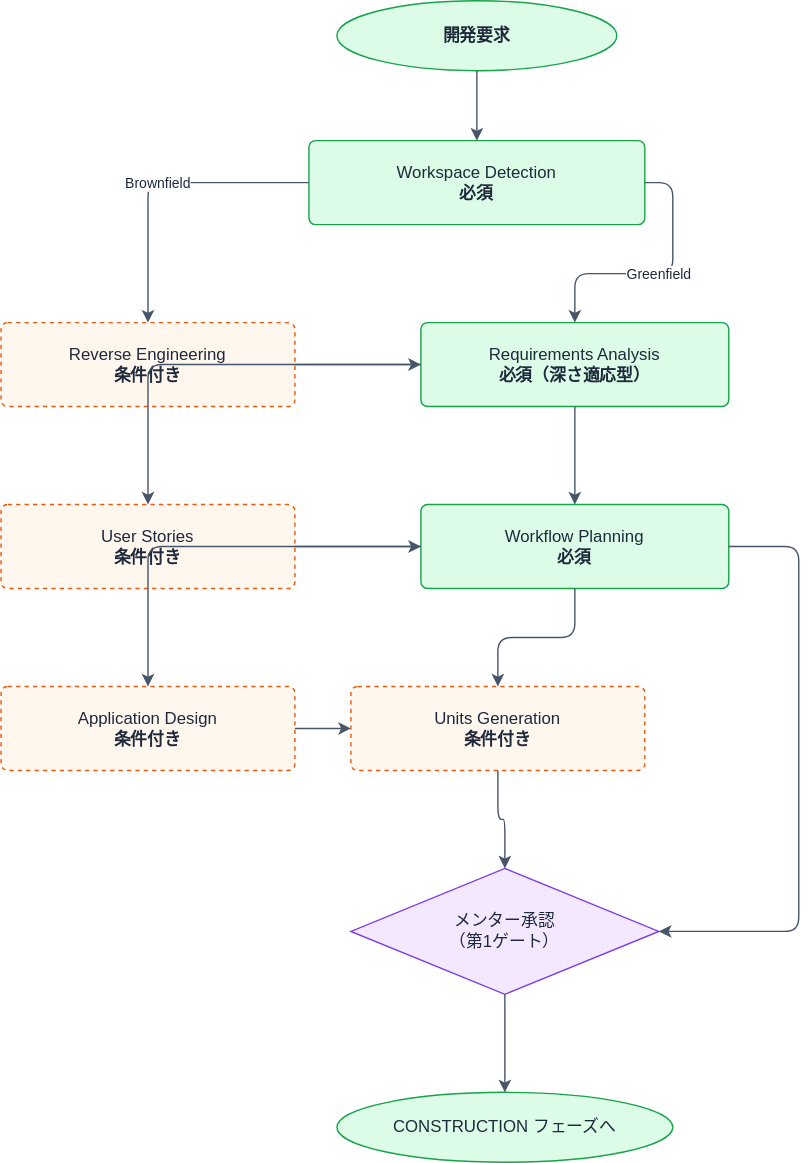
Before: Docs/diagrams/guide/dev-workflow-inception.drawio.svg, a diagram exported from draw.io (CHS-Training-Org/ai_training_for_chuo_system). Source tidied: cells renumbered, new cells last; positions are measured from the earlier drawing's top-left corner, leaving out a move shared by most shapes. The source it was exported from:
```xml
<mxGraphModel>
  <root>
    <mxCell id="0" />
    <mxCell id="1" parent="0" />
    <mxCell id="2" value="開発要求" style="ellipse;whiteSpace=wrap;html=1;fillColor=#DCFCE7;strokeColor=#16A34A;fontColor=#1E293B;fontStyle=1;" parent="1" vertex="1">
      <mxGeometry x="240" width="200" height="50" as="geometry" />
    </mxCell>
    <mxCell id="3" value="Workspace Detection&#10;&lt;b&gt;必須&lt;/b&gt;" style="rounded=1;whiteSpace=wrap;html=1;fillColor=#DCFCE7;strokeColor=#16A34A;fontColor=#1E293B;arcSize=8;" parent="1" vertex="1">
      <mxGeometry x="220" y="100" width="240" height="60" as="geometry" />
    </mxCell>
    <mxCell id="4" value="Reverse Engineering&#10;&lt;b&gt;条件付き&lt;/b&gt;" style="rounded=1;whiteSpace=wrap;html=1;fillColor=#FFF7ED;strokeColor=#EA580C;fontColor=#1E293B;arcSize=8;dashed=1;" parent="1" vertex="1">
      <mxGeometry y="230" width="210" height="60" as="geometry" />
    </mxCell>
    <mxCell id="5" value="Requirements Analysis&#10;&lt;b&gt;必須（深さ適応型）&lt;/b&gt;" style="rounded=1;whiteSpace=wrap;html=1;fillColor=#DCFCE7;strokeColor=#16A34A;fontColor=#1E293B;arcSize=8;" parent="1" vertex="1">
      <mxGeometry x="300" y="230" width="220" height="60" as="geometry" />
    </mxCell>
    <mxCell id="6" value="User Stories&#10;&lt;b&gt;条件付き&lt;/b&gt;" style="rounded=1;whiteSpace=wrap;html=1;fillColor=#FFF7ED;strokeColor=#EA580C;fontColor=#1E293B;arcSize=8;dashed=1;" parent="1" vertex="1">
      <mxGeometry y="360" width="210" height="60" as="geometry" />
    </mxCell>
    <mxCell id="7" value="Workflow Planning&#10;&lt;b&gt;必須&lt;/b&gt;" style="rounded=1;whiteSpace=wrap;html=1;fillColor=#DCFCE7;strokeColor=#16A34A;fontColor=#1E293B;arcSize=8;" parent="1" vertex="1">
      <mxGeometry x="300" y="360" width="220" height="60" as="geometry" />
    </mxCell>
    <mxCell id="8" value="Application Design&#10;&lt;b&gt;条件付き&lt;/b&gt;" style="rounded=1;whiteSpace=wrap;html=1;fillColor=#FFF7ED;strokeColor=#EA580C;fontColor=#1E293B;arcSize=8;dashed=1;" parent="1" vertex="1">
      <mxGeometry y="490" width="210" height="60" as="geometry" />
    </mxCell>
    <mxCell id="9" value="Units Generation&#10;&lt;b&gt;条件付き&lt;/b&gt;" style="rounded=1;whiteSpace=wrap;html=1;fillColor=#FFF7ED;strokeColor=#EA580C;fontColor=#1E293B;arcSize=8;dashed=1;" parent="1" vertex="1">
      <mxGeometry x="250" y="490" width="210" height="60" as="geometry" />
    </mxCell>
    <mxCell id="10" value="メンター承認&#10;（第1ゲート）" style="rhombus;whiteSpace=wrap;html=1;fillColor=#F3E8FF;strokeColor=#7C3AED;fontColor=#1E293B;" parent="1" vertex="1">
      <mxGeometry x="250" y="620" width="220" height="90" as="geometry" />
    </mxCell>
    <mxCell id="11" value="CONSTRUCTION フェーズへ" style="ellipse;whiteSpace=wrap;html=1;fillColor=#DCFCE7;strokeColor=#16A34A;fontColor=#1E293B;" parent="1" vertex="1">
      <mxGeometry x="240" y="780" width="240" height="50" as="geometry" />
    </mxCell>
    <mxCell id="12" style="edgeStyle=orthogonalEdgeStyle;rounded=1;jettySize=auto;html=1;strokeColor=#475569;" parent="1" edge="1" source="2" target="3">
      <mxGeometry relative="1" as="geometry" />
    </mxCell>
    <mxCell id="13" value="Brownfield" style="edgeStyle=orthogonalEdgeStyle;rounded=1;jettySize=auto;html=1;strokeColor=#475569;fontColor=#1E293B;fontSize=10;exitX=0;exitY=0.5;exitDx=0;exitDy=0;entryX=0.5;entryY=0;entryDx=0;entryDy=0;" parent="1" edge="1" source="3" target="4">
      <mxGeometry relative="1" as="geometry" />
    </mxCell>
    <mxCell id="14" value="Greenfield" style="edgeStyle=orthogonalEdgeStyle;rounded=1;jettySize=auto;html=1;strokeColor=#475569;fontColor=#1E293B;fontSize=10;exitX=1;exitY=0.5;exitDx=0;exitDy=0;entryX=0.5;entryY=0;entryDx=0;entryDy=0;" parent="1" edge="1" source="3" target="5">
      <mxGeometry relative="1" as="geometry" />
    </mxCell>
    <mxCell id="15" style="edgeStyle=orthogonalEdgeStyle;rounded=1;jettySize=auto;html=1;strokeColor=#475569;exitX=1;exitY=0.5;exitDx=0;exitDy=0;entryX=0;entryY=0.5;entryDx=0;entryDy=0;" parent="1" edge="1" source="4" target="5">
      <mxGeometry relative="1" as="geometry" />
    </mxCell>
    <mxCell id="16" style="edgeStyle=orthogonalEdgeStyle;rounded=1;jettySize=auto;html=1;strokeColor=#475569;exitX=0;exitY=0.5;exitDx=0;exitDy=0;entryX=0.5;entryY=0;entryDx=0;entryDy=0;" parent="1" edge="1" source="5" target="6">
      <mxGeometry relative="1" as="geometry" />
    </mxCell>
    <mxCell id="17" style="edgeStyle=orthogonalEdgeStyle;rounded=1;jettySize=auto;html=1;strokeColor=#475569;exitX=0.5;exitY=1;exitDx=0;exitDy=0;entryX=0.5;entryY=0;entryDx=0;entryDy=0;" parent="1" edge="1" source="5" target="7">
      <mxGeometry relative="1" as="geometry" />
    </mxCell>
    <mxCell id="18" style="edgeStyle=orthogonalEdgeStyle;rounded=1;jettySize=auto;html=1;strokeColor=#475569;exitX=1;exitY=0.5;exitDx=0;exitDy=0;entryX=0;entryY=0.5;entryDx=0;entryDy=0;" parent="1" edge="1" source="6" target="7">
      <mxGeometry relative="1" as="geometry" />
    </mxCell>
    <mxCell id="19" style="edgeStyle=orthogonalEdgeStyle;rounded=1;jettySize=auto;html=1;strokeColor=#475569;exitX=0;exitY=0.5;exitDx=0;exitDy=0;entryX=0.5;entryY=0;entryDx=0;entryDy=0;" parent="1" edge="1" source="7" target="8">
      <mxGeometry relative="1" as="geometry" />
    </mxCell>
    <mxCell id="20" style="edgeStyle=orthogonalEdgeStyle;rounded=1;jettySize=auto;html=1;strokeColor=#475569;exitX=0.5;exitY=1;exitDx=0;exitDy=0;entryX=0.5;entryY=0;entryDx=0;entryDy=0;" parent="1" edge="1" source="7" target="9">
      <mxGeometry relative="1" as="geometry" />
    </mxCell>
    <mxCell id="21" style="edgeStyle=orthogonalEdgeStyle;rounded=1;jettySize=auto;html=1;strokeColor=#475569;exitX=1;exitY=0.5;exitDx=0;exitDy=0;entryX=1;entryY=0.5;entryDx=0;entryDy=0;" parent="1" edge="1" source="7" target="10">
      <mxGeometry relative="1" as="geometry">
        <Array as="points">
          <mxPoint x="570" y="390" />
          <mxPoint x="570" y="665" />
        </Array>
      </mxGeometry>
    </mxCell>
    <mxCell id="22" style="edgeStyle=orthogonalEdgeStyle;rounded=1;jettySize=auto;html=1;strokeColor=#475569;exitX=1;exitY=0.5;exitDx=0;exitDy=0;entryX=0;entryY=0.5;entryDx=0;entryDy=0;" parent="1" edge="1" source="8" target="9">
      <mxGeometry relative="1" as="geometry" />
    </mxCell>
    <mxCell id="23" style="edgeStyle=orthogonalEdgeStyle;rounded=1;jettySize=auto;html=1;strokeColor=#475569;exitX=0.5;exitY=1;exitDx=0;exitDy=0;entryX=0.5;entryY=0;entryDx=0;entryDy=0;" parent="1" edge="1" source="9" target="10">
      <mxGeometry relative="1" as="geometry" />
    </mxCell>
    <mxCell id="24" style="edgeStyle=orthogonalEdgeStyle;rounded=1;jettySize=auto;html=1;strokeColor=#475569;" parent="1" edge="1" source="10" target="11">
      <mxGeometry relative="1" as="geometry" />
    </mxCell>
  </root>
</mxGraphModel>
```
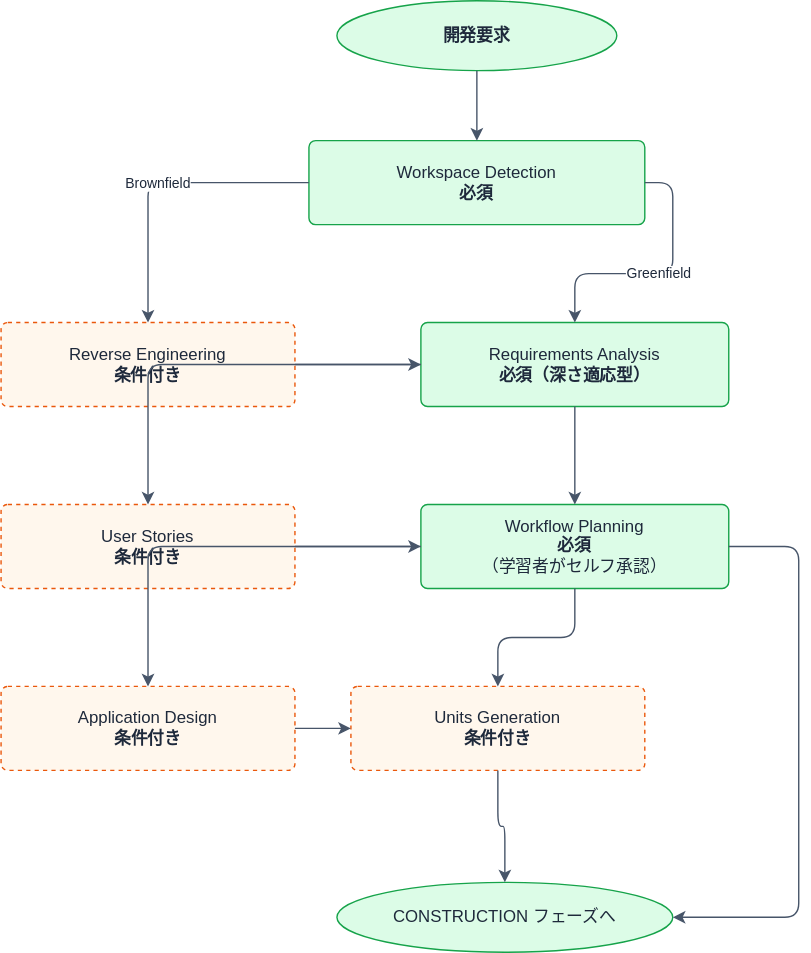
The same file after the commit.

What changed in the source:
```diff
@@ -17,7 +17,7 @@
     <mxCell id="6" value="User Stories&#10;&lt;b&gt;条件付き&lt;/b&gt;" style="rounded=1;whiteSpace=wrap;html=1;fillColor=#FFF7ED;strokeColor=#EA580C;fontColor=#1E293B;arcSize=8;dashed=1;" parent="1" vertex="1">
       <mxGeometry y="360" width="210" height="60" as="geometry" />
     </mxCell>
-    <mxCell id="7" value="Workflow Planning&#10;&lt;b&gt;必須&lt;/b&gt;" style="rounded=1;whiteSpace=wrap;html=1;fillColor=#DCFCE7;strokeColor=#16A34A;fontColor=#1E293B;arcSize=8;" parent="1" vertex="1">
+    <mxCell id="7" value="Workflow Planning&#10;&lt;b&gt;必須&lt;/b&gt;&#10;（学習者がセルフ承認）" style="rounded=1;whiteSpace=wrap;html=1;fillColor=#DCFCE7;strokeColor=#16A34A;fontColor=#1E293B;arcSize=8;" parent="1" vertex="1">
       <mxGeometry x="300" y="360" width="220" height="60" as="geometry" />
     </mxCell>
     <mxCell id="8" value="Application Design&#10;&lt;b&gt;条件付き&lt;/b&gt;" style="rounded=1;whiteSpace=wrap;html=1;fillColor=#FFF7ED;strokeColor=#EA580C;fontColor=#1E293B;arcSize=8;dashed=1;" parent="1" vertex="1">
@@ -26,11 +26,8 @@
     <mxCell id="9" value="Units Generation&#10;&lt;b&gt;条件付き&lt;/b&gt;" style="rounded=1;whiteSpace=wrap;html=1;fillColor=#FFF7ED;strokeColor=#EA580C;fontColor=#1E293B;arcSize=8;dashed=1;" parent="1" vertex="1">
       <mxGeometry x="250" y="490" width="210" height="60" as="geometry" />
     </mxCell>
-    <mxCell id="10" value="メンター承認&#10;（第1ゲート）" style="rhombus;whiteSpace=wrap;html=1;fillColor=#F3E8FF;strokeColor=#7C3AED;fontColor=#1E293B;" parent="1" vertex="1">
-      <mxGeometry x="250" y="620" width="220" height="90" as="geometry" />
-    </mxCell>
     <mxCell id="11" value="CONSTRUCTION フェーズへ" style="ellipse;whiteSpace=wrap;html=1;fillColor=#DCFCE7;strokeColor=#16A34A;fontColor=#1E293B;" parent="1" vertex="1">
-      <mxGeometry x="240" y="780" width="240" height="50" as="geometry" />
+      <mxGeometry x="240" y="630" width="240" height="50" as="geometry" />
     </mxCell>
     <mxCell id="12" style="edgeStyle=orthogonalEdgeStyle;rounded=1;jettySize=auto;html=1;strokeColor=#475569;" parent="1" edge="1" source="2" target="3">
       <mxGeometry relative="1" as="geometry" />
@@ -59,22 +56,19 @@
     <mxCell id="20" style="edgeStyle=orthogonalEdgeStyle;rounded=1;jettySize=auto;html=1;strokeColor=#475569;exitX=0.5;exitY=1;exitDx=0;exitDy=0;entryX=0.5;entryY=0;entryDx=0;entryDy=0;" parent="1" edge="1" source="7" target="9">
       <mxGeometry relative="1" as="geometry" />
     </mxCell>
-    <mxCell id="21" style="edgeStyle=orthogonalEdgeStyle;rounded=1;jettySize=auto;html=1;strokeColor=#475569;exitX=1;exitY=0.5;exitDx=0;exitDy=0;entryX=1;entryY=0.5;entryDx=0;entryDy=0;" parent="1" edge="1" source="7" target="10">
+    <mxCell id="21" style="edgeStyle=orthogonalEdgeStyle;rounded=1;jettySize=auto;html=1;strokeColor=#475569;exitX=1;exitY=0.5;exitDx=0;exitDy=0;entryX=1;entryY=0.5;entryDx=0;entryDy=0;" parent="1" edge="1" source="7" target="11">
       <mxGeometry relative="1" as="geometry">
         <Array as="points">
           <mxPoint x="570" y="390" />
-          <mxPoint x="570" y="665" />
+          <mxPoint x="570" y="655" />
         </Array>
       </mxGeometry>
     </mxCell>
     <mxCell id="22" style="edgeStyle=orthogonalEdgeStyle;rounded=1;jettySize=auto;html=1;strokeColor=#475569;exitX=1;exitY=0.5;exitDx=0;exitDy=0;entryX=0;entryY=0.5;entryDx=0;entryDy=0;" parent="1" edge="1" source="8" target="9">
       <mxGeometry relative="1" as="geometry" />
     </mxCell>
-    <mxCell id="23" style="edgeStyle=orthogonalEdgeStyle;rounded=1;jettySize=auto;html=1;strokeColor=#475569;exitX=0.5;exitY=1;exitDx=0;exitDy=0;entryX=0.5;entryY=0;entryDx=0;entryDy=0;" parent="1" edge="1" source="9" target="10">
+    <mxCell id="23" style="edgeStyle=orthogonalEdgeStyle;rounded=1;jettySize=auto;html=1;strokeColor=#475569;exitX=0.5;exitY=1;exitDx=0;exitDy=0;entryX=0.5;entryY=0;entryDx=0;entryDy=0;" parent="1" edge="1" source="9" target="11">
       <mxGeometry relative="1" as="geometry" />
     </mxCell>
-    <mxCell id="24" style="edgeStyle=orthogonalEdgeStyle;rounded=1;jettySize=auto;html=1;strokeColor=#475569;" parent="1" edge="1" source="10" target="11">
-      <mxGeometry relative="1" as="geometry" />
-    </mxCell>
   </root>
 </mxGraphModel>
```
